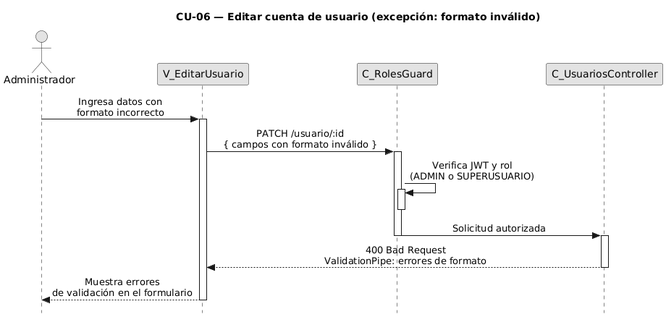
Above: diagramas-secuencia/CU06/CU06-exc-formato-invalido.png in FSM-Finet-y-Cable-Magico/Team_1-Inventario-y-Bodega (PlantUML), before the change. The source it was exported from:
```plantuml
@startuml CU06-exc-formato-invalido
title CU-06 — Editar cuenta de usuario (excepción: formato inválido)

skinparam style strictuml
skinparam monochrome true
skinparam shadowing false
skinparam sequenceMessageAlign center
skinparam ParticipantPadding 70
skinparam ActorPadding 30
skinparam sequence {
  MessageAlign center
  LifeLineBorderColor black
}
hide footbox

actor "Administrador" as user
participant "V_EditarUsuario" as view
participant "C_RolesGuard" as guard
participant "C_UsuariosController" as ctrl

user -> view : Ingresa datos con\nformato incorrecto
activate view

view -> guard : PATCH /usuario/:id\n{ campos con formato inválido }
activate guard

guard -> guard : Verifica JWT y rol\n(ADMIN o SUPERUSUARIO)
activate guard
deactivate guard

guard -> ctrl : Solicitud autorizada
deactivate guard
activate ctrl

ctrl --> view : 400 Bad Request\nValidationPipe: errores de formato
deactivate ctrl

view --> user : Muestra errores\nde validación en el formulario
deactivate view

@enduml
```
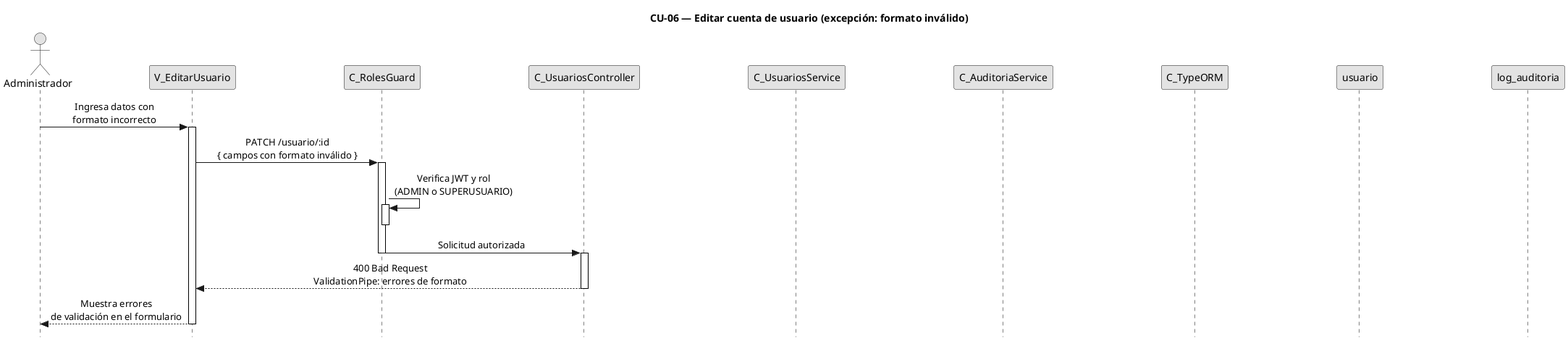
The same diagram one commit later.

The edit, as a diff of the source:
```diff
@@ -17,6 +17,11 @@
 participant "V_EditarUsuario" as view
 participant "C_RolesGuard" as guard
 participant "C_UsuariosController" as ctrl
+participant "C_UsuariosService" as svc
+participant "C_AuditoriaService" as aud
+participant "C_TypeORM" as orm
+participant "usuario" as uent
+participant "log_auditoria" as aent
 
 user -> view : Ingresa datos con\nformato incorrecto
 activate view
```
